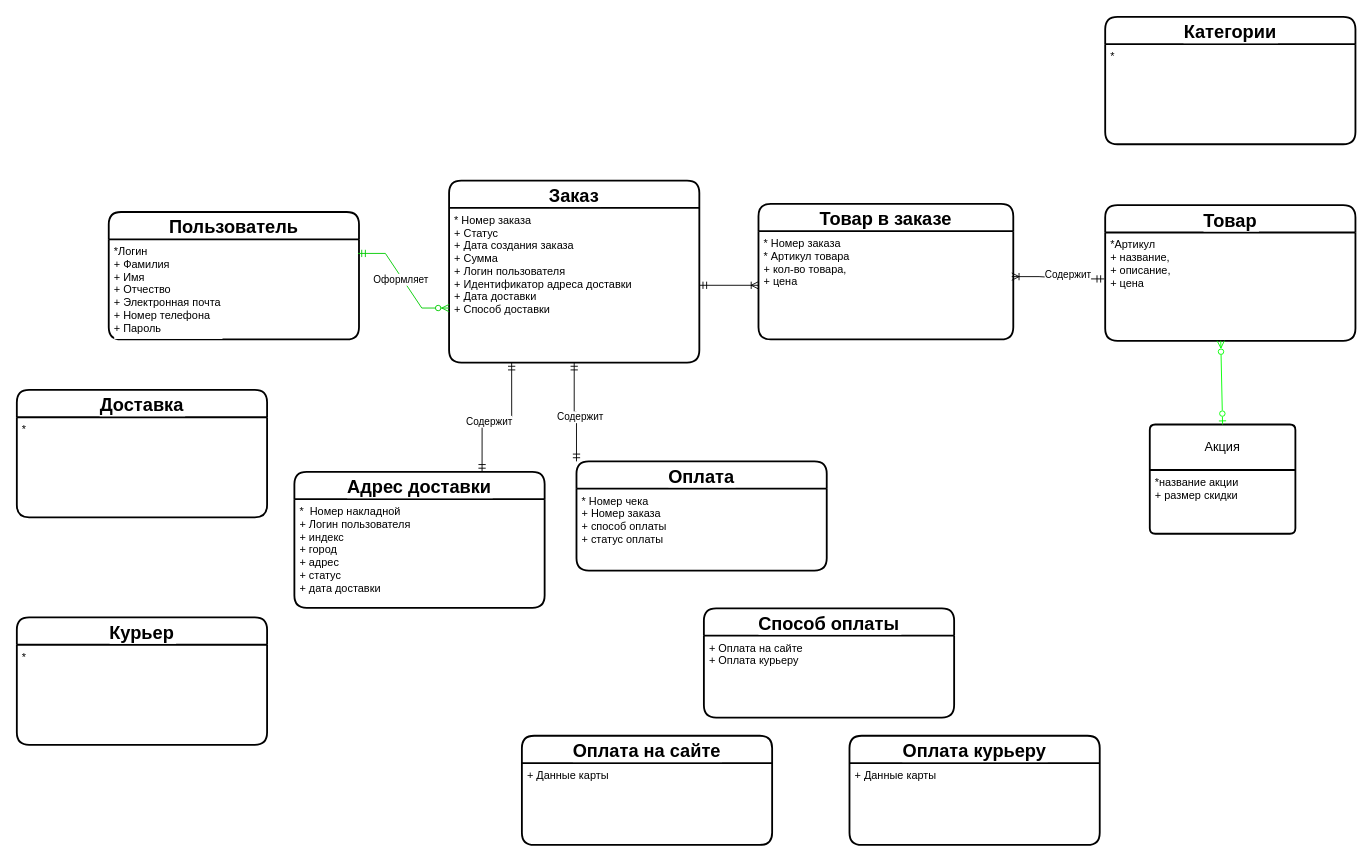
The draw.io diagram Диаграмма без названия.drawio in nadinzagadka/-, before the edit. Source tidied: cells renumbered, new cells numbered last; positions are measured from the earlier drawing's top-left corner, leaving out a move shared by most shapes. Both pictures are drawn from the tidied source at 91%, with x=0, y=0 at pixel (16, 16).
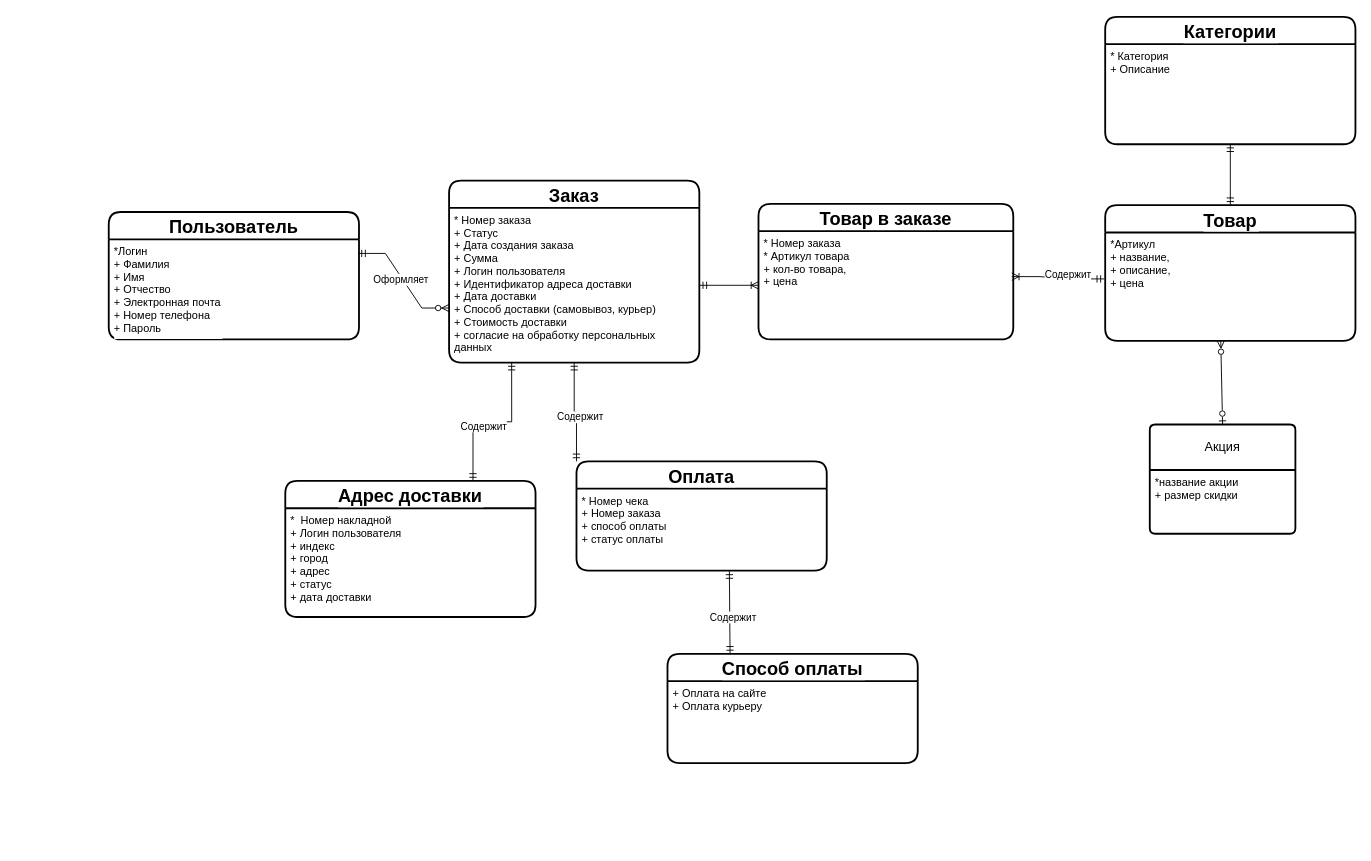
The same diagram, later.

The change refers to these unchanged cells:
```xml
<mxCell id="12" value="Заказ" style="swimlane;horizontal=1;startSize=30;rounded=1;fontSize=20;fontStyle=1;strokeWidth=2;shadow=0;dashed=0;align=center;labelBackgroundColor=#FFFFFF;labelBorderColor=none;" parent="1" vertex="1">
  <mxGeometry x="475" y="180" width="275" height="200" as="geometry" />
</mxCell>
<mxCell id="19" value="Товар" style="swimlane;horizontal=1;startSize=30;rounded=1;fontSize=20;fontStyle=1;strokeWidth=2;shadow=0;dashed=0;align=center;labelBackgroundColor=#FFFFFF;labelBorderColor=none;" parent="1" vertex="1">
  <mxGeometry x="1196" y="207" width="275" height="149" as="geometry" />
</mxCell>
<mxCell id="21" value="Акция" style="swimlane;horizontal=1;startSize=50;rounded=1;fontSize=14;fontStyle=0;strokeWidth=2;shadow=0;dashed=0;align=center;arcSize=4;whiteSpace=wrap;html=1;" parent="1" vertex="1">
  <mxGeometry x="1245" y="448" width="160" height="120" as="geometry" />
</mxCell>
<mxCell id="30" value="Категории" style="swimlane;horizontal=1;startSize=30;rounded=1;fontSize=20;fontStyle=1;strokeWidth=2;shadow=0;dashed=0;align=center;labelBackgroundColor=#FFFFFF;labelBorderColor=none;" parent="1" vertex="1">
  <mxGeometry x="1196" width="275" height="140" as="geometry" />
</mxCell>
```

Change to the diagram source:
```diff
@@
     <mxCell id="6" value="Адрес доставки" style="swimlane;horizontal=1;startSize=30;rounded=1;fontSize=20;fontStyle=1;strokeWidth=2;shadow=0;dashed=0;align=center;labelBackgroundColor=#FFFFFF;labelBorderColor=none;" parent="1" vertex="1">
-      <mxGeometry x="305" y="500" width="275" height="149.5" as="geometry" />
+      <mxGeometry x="295" y="510" width="275" height="149.5" as="geometry" />
     </mxCell>
@@
-    <mxCell id="13" value="* Номер заказа&#10;+ Статус &#10;+ Дата создания заказа &#10;+ Сумма&#10;+ Логин пользователя&#10;+ Идентификатор адреса доставки&#10;+ Дата доставки&#10;+ Способ доставки" style="align=left;strokeColor=none;fillColor=none;spacingLeft=4;fontSize=12;verticalAlign=top;labelBackgroundColor=#FFFFFF;labelBorderColor=none;fontStyle=0;" parent="12" vertex="1">
+    <mxCell id="13" value="* Номер заказа&#10;+ Статус &#10;+ Дата создания заказа &#10;+ Сумма&#10;+ Логин пользователя&#10;+ Идентификатор адреса доставки&#10;+ Дата доставки&#10;+ Способ доставки (самовывоз, курьер)&#10;+ Стоимость доставки&#10;+ согласие на обработку персональных &#10;данных" style="align=left;strokeColor=none;fillColor=none;spacingLeft=4;fontSize=12;verticalAlign=top;labelBackgroundColor=#FFFFFF;labelBorderColor=none;fontStyle=0;" parent="12" vertex="1">
       <mxGeometry y="30" width="275" height="170" as="geometry" />
     </mxCell>
@@
-    <mxCell id="22" style="endArrow=ERzeroToOne;html=1;rounded=0;entryX=0.5;entryY=0;entryDx=0;entryDy=0;startArrow=ERzeroToMany;startFill=0;endFill=0;strokeColor=#00FF00;" parent="21" edge="1" target="21">
+    <mxCell id="22" style="endArrow=ERzeroToOne;html=1;rounded=0;entryX=0.5;entryY=0;entryDx=0;entryDy=0;startArrow=ERzeroToMany;startFill=0;endFill=0;strokeColor=#000000;" parent="21" edge="1" target="21">
       <mxGeometry relative="1" as="geometry">
         <mxPoint x="78" y="-92" as="sourcePoint" />
       </mxGeometry>
     </mxCell>
@@
-    <mxCell id="24" style="edgeStyle=entityRelationEdgeStyle;fontSize=12;html=1;endArrow=ERzeroToMany;endFill=1;startArrow=ERmandOne;rounded=0;startFill=0;entryX=0;entryY=0.5;entryDx=0;entryDy=0;strokeColor=#00CC00;" parent="1" edge="1">
+    <mxCell id="24" style="edgeStyle=entityRelationEdgeStyle;fontSize=12;html=1;endArrow=ERzeroToMany;endFill=1;startArrow=ERmandOne;rounded=0;startFill=0;entryX=0;entryY=0.5;entryDx=0;entryDy=0;strokeColor=#000000;" parent="1" edge="1">
       <mxGeometry relative="1" as="geometry">
         <mxPoint x="375" y="260" as="sourcePoint" />
         <mxPoint x="475" y="320" as="targetPoint" />
         <Array as="points">
           <mxPoint x="530" y="52.5" />
         </Array>
       </mxGeometry>
     </mxCell>
@@
-    <mxCell id="26" value="Курьер" style="swimlane;horizontal=1;startSize=30;rounded=1;fontSize=20;fontStyle=1;strokeWidth=2;shadow=0;dashed=0;align=center;labelBackgroundColor=#FFFFFF;labelBorderColor=none;" parent="1" vertex="1">
-      <mxGeometry y="660" width="275" height="140" as="geometry" />
-    </mxCell>
-    <mxCell id="27" value="*" style="align=left;strokeColor=none;fillColor=none;spacingLeft=4;fontSize=12;verticalAlign=top;labelBackgroundColor=#FFFFFF;labelBorderColor=none;" parent="26" vertex="1">
-      <mxGeometry y="30" width="275" height="110" as="geometry" />
-    </mxCell>
-    <mxCell id="28" value="Доставка" style="swimlane;horizontal=1;startSize=30;rounded=1;fontSize=20;fontStyle=1;strokeWidth=2;shadow=0;dashed=0;align=center;labelBackgroundColor=#FFFFFF;labelBorderColor=none;" parent="1" vertex="1">
-      <mxGeometry y="410" width="275" height="140" as="geometry" />
-    </mxCell>
-    <mxCell id="29" value="*" style="align=left;strokeColor=none;fillColor=none;spacingLeft=4;fontSize=12;verticalAlign=top;labelBackgroundColor=#FFFFFF;labelBorderColor=none;" parent="28" vertex="1">
-      <mxGeometry y="30" width="275" height="110" as="geometry" />
-    </mxCell>
@@
-    <mxCell id="31" value="*" style="align=left;strokeColor=none;fillColor=none;spacingLeft=4;fontSize=12;verticalAlign=top;labelBackgroundColor=#FFFFFF;labelBorderColor=none;" parent="30" vertex="1">
+    <mxCell id="31" value="* Категория&#10;+ Описание" style="align=left;strokeColor=none;fillColor=none;spacingLeft=4;fontSize=12;verticalAlign=top;labelBackgroundColor=#FFFFFF;labelBorderColor=none;" parent="30" vertex="1">
       <mxGeometry y="30" width="275" height="110" as="geometry" />
     </mxCell>
-    <mxCell id="32" value="Оплата на сайте" style="swimlane;horizontal=1;startSize=30;rounded=1;fontSize=20;fontStyle=1;strokeWidth=2;shadow=0;dashed=0;align=center;labelBackgroundColor=#FFFFFF;labelBorderColor=none;" parent="1" vertex="1">
-      <mxGeometry x="555" y="790" width="275" height="120" as="geometry" />
-    </mxCell>
-    <mxCell id="33" value="+ Данные карты&#10;" style="align=left;strokeColor=none;fillColor=none;spacingLeft=4;fontSize=12;verticalAlign=top;labelBackgroundColor=#FFFFFF;labelBorderColor=none;" parent="32" vertex="1">
-      <mxGeometry y="30" width="275" height="90" as="geometry" />
-    </mxCell>
     <mxCell id="34" value="Способ оплаты" style="swimlane;horizontal=1;startSize=30;rounded=1;fontSize=20;fontStyle=1;strokeWidth=2;shadow=0;dashed=0;align=center;labelBackgroundColor=#FFFFFF;labelBorderColor=none;" parent="1" vertex="1">
-      <mxGeometry x="755" y="650" width="275" height="120" as="geometry" />
+      <mxGeometry x="715" y="700" width="275" height="120" as="geometry" />
     </mxCell>
@@
-    <mxCell id="36" value="Оплата курьеру" style="swimlane;horizontal=1;startSize=30;rounded=1;fontSize=20;fontStyle=1;strokeWidth=2;shadow=0;dashed=0;align=center;labelBackgroundColor=#FFFFFF;labelBorderColor=none;" parent="1" vertex="1">
-      <mxGeometry x="915" y="790" width="275" height="120" as="geometry" />
-    </mxCell>
-    <mxCell id="37" value="+ Данные карты&#10;" style="align=left;strokeColor=none;fillColor=none;spacingLeft=4;fontSize=12;verticalAlign=top;labelBackgroundColor=#FFFFFF;labelBorderColor=none;" parent="36" vertex="1">
-      <mxGeometry y="30" width="275" height="90" as="geometry" />
-    </mxCell>
+    <mxCell id="38" style="endArrow=ERmandOne;html=1;rounded=0;exitX=0.5;exitY=0;exitDx=0;exitDy=0;entryX=0.5;entryY=1;entryDx=0;entryDy=0;endFill=0;startArrow=ERmandOne;startFill=0;" parent="1" edge="1" source="19" target="31">
+      <mxGeometry relative="1" as="geometry" />
+    </mxCell>
+    <mxCell id="39" style="fontSize=12;html=1;endArrow=ERmandOne;startArrow=ERmandOne;rounded=0;exitX=0.25;exitY=0;exitDx=0;exitDy=0;" parent="1" edge="1" source="34">
+      <mxGeometry relative="1" as="geometry">
+        <mxPoint x="783" y="609" as="targetPoint" />
+      </mxGeometry>
+    </mxCell>
+    <mxCell id="40" value="Содержит" style="edgeLabel;html=1;align=center;verticalAlign=middle;" parent="39" vertex="1">
+      <mxGeometry x="-0.12" y="-3" relative="1" as="geometry" />
+    </mxCell>
```
